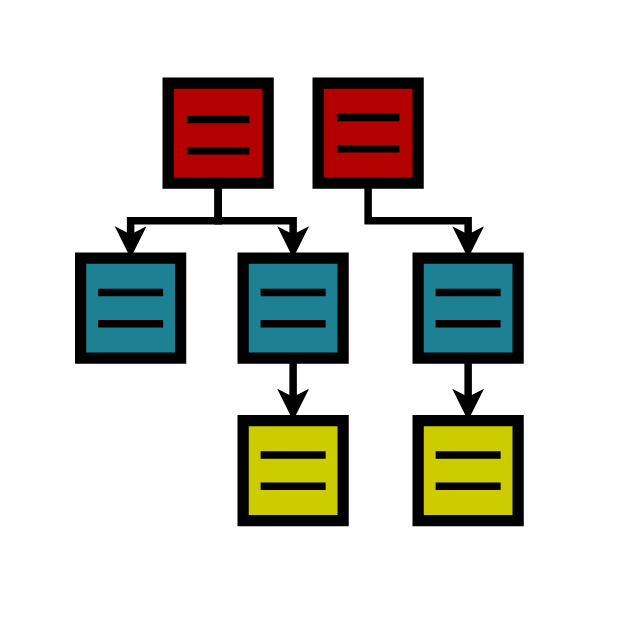
Earlier version of the draw.io diagram logo/logo.drawio (DataGeniusTools/eric). Source tidied: cells renumbered, new cells numbered last; positions are measured from the earlier drawing's top-left corner, leaving out a move shared by most shapes. Both pictures are drawn from the tidied source at 125%, with x=0, y=0 at pixel (80, 82).
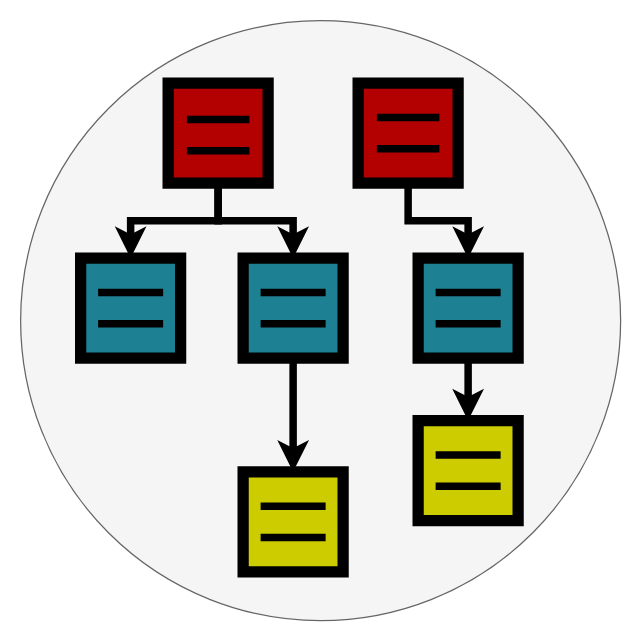
The same page after the edit.

Diff of the diagram source:
```diff
@@
+    <mxCell id="35" style="ellipse;whiteSpace=wrap;html=1;fillColor=#f5f5f5;fontColor=#333333;strokeColor=#666666;" parent="1" vertex="1">
+      <mxGeometry x="-48" y="-50" width="480" height="480" as="geometry" />
+    </mxCell>
@@
     <mxCell id="19" style="group;" parent="1" vertex="1">
-      <mxGeometry x="190" width="80" height="80" as="geometry" />
+      <mxGeometry x="222" width="80" height="80" as="geometry" />
     </mxCell>
@@
     <mxCell id="27" style="group;" parent="1" vertex="1">
-      <mxGeometry x="130" y="270" width="80" height="80" as="geometry" />
+      <mxGeometry x="130" y="311" width="80" height="80" as="geometry" />
     </mxCell>
@@
     <mxCell id="31" style="group;" parent="1" vertex="1">
-      <mxGeometry x="270" y="270" width="80" height="80" as="geometry" />
+      <mxGeometry x="270" y="270" width="160" height="180" as="geometry" />
     </mxCell>
```
